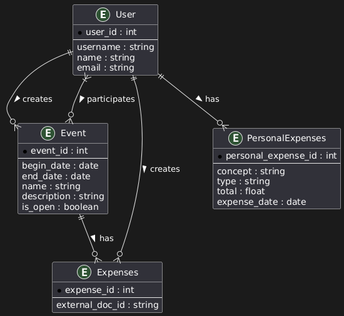
Before: data/postgres/ER_Data_Model.png, a diagram exported from PlantUML (omardtl24/TMP_2C_swarch).
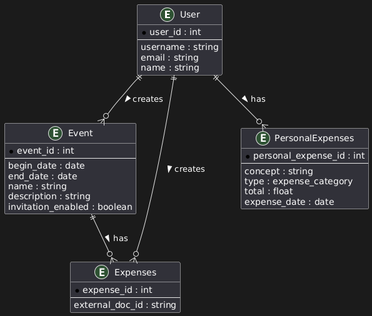
After the commit.

Commit message:
Update ER Model - Boolean standard

The edit, as a diff of the source:
```diff
@@ -3,8 +3,8 @@
   * user_id : int
   --
   username : string
+  email : string
   name : string
-  email : string
 }
 
 entity "Event" as E {
@@ -14,7 +14,7 @@
   end_date : date
   name : string
   description : string
-  is_open : boolean
+  invitation_enabled : boolean
 }
 
 entity "Expenses" as B {
@@ -27,13 +27,12 @@
   * personal_expense_id : int
   --
   concept : string
-  type : string
+  type : expense_category
   total : float
   expense_date : date
 }
 
 U ||--o{ E : creates >
-U }|--o{ E : participates >
 E ||--o{ B : has >
 U ||--o{ B : creates >
 U ||--o{ PE : has >
```
